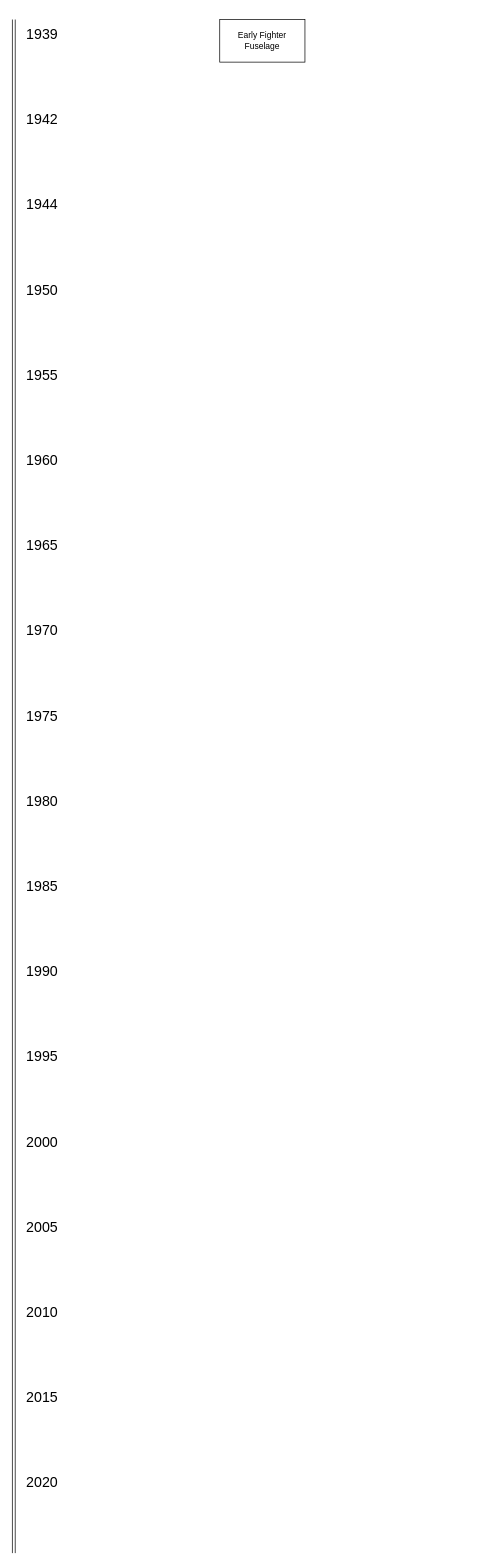
Earlier version of the draw.io diagram CWIC Backup/Polarace/Air_Designer.drawio (swf541/ColdWarIronCurtain). Source tidied: cells renumbered, new cells numbered last; positions are measured from the earlier drawing's top-left corner, leaving out a move shared by most shapes. Both pictures are drawn from the tidied source at 71%, with x=0, y=0 at pixel (13, 19).
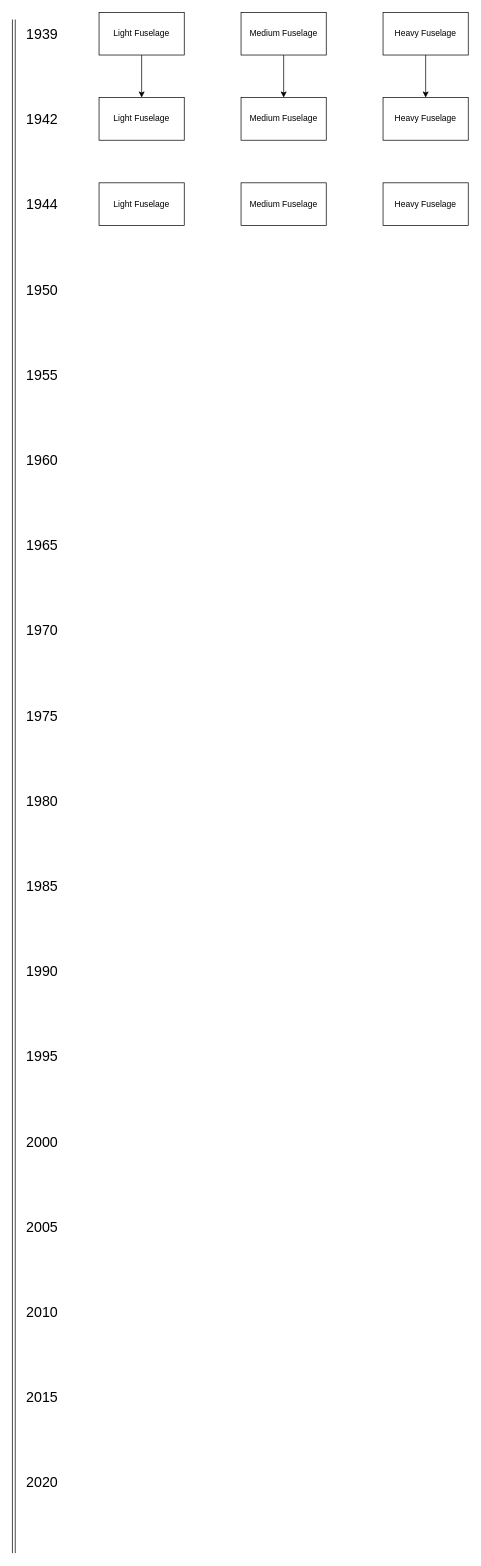
After the change.

What changed in the source:
```diff
@@
+    <mxCell id="22" style="edgeStyle=orthogonalEdgeStyle;rounded=0;jettySize=auto;html=1;" parent="1" edge="1" source="2" target="29">
+      <mxGeometry relative="1" as="geometry" />
+    </mxCell>
-    <mxCell id="2" value="&lt;div&gt;Early Fighter Fuselage&lt;/div&gt;" style="rounded=0;whiteSpace=wrap;html=1;fontSize=12;" parent="1" vertex="1">
-      <mxGeometry x="290" width="120" height="60" as="geometry" />
+    <mxCell id="2" value="&lt;div&gt;Light Fuselage&lt;/div&gt;" style="rounded=0;whiteSpace=wrap;html=1;fontSize=12;" parent="1" vertex="1">
+      <mxGeometry x="120" y="-10" width="120" height="60" as="geometry" />
     </mxCell>
@@
+    <mxCell id="23" style="edgeStyle=orthogonalEdgeStyle;rounded=0;jettySize=auto;html=1;" parent="1" edge="1" source="24" target="28">
+      <mxGeometry relative="1" as="geometry" />
+    </mxCell>
+    <mxCell id="24" value="&lt;div&gt;Medium Fuselage&lt;/div&gt;" style="rounded=0;whiteSpace=wrap;html=1;fontSize=12;" parent="1" vertex="1">
+      <mxGeometry x="320" y="-10" width="120" height="60" as="geometry" />
+    </mxCell>
+    <mxCell id="25" style="edgeStyle=orthogonalEdgeStyle;rounded=0;jettySize=auto;html=1;" parent="1" edge="1" source="26" target="27">
+      <mxGeometry relative="1" as="geometry" />
+    </mxCell>
+    <mxCell id="26" value="&lt;div&gt;Heavy Fuselage&lt;/div&gt;" style="rounded=0;whiteSpace=wrap;html=1;fontSize=12;" parent="1" vertex="1">
+      <mxGeometry x="520" y="-10" width="120" height="60" as="geometry" />
+    </mxCell>
+    <mxCell id="27" value="&lt;div&gt;Heavy Fuselage&lt;/div&gt;" style="rounded=0;whiteSpace=wrap;html=1;fontSize=12;" parent="1" vertex="1">
+      <mxGeometry x="520" y="110" width="120" height="60" as="geometry" />
+    </mxCell>
+    <mxCell id="28" value="&lt;div&gt;Medium Fuselage&lt;/div&gt;" style="rounded=0;whiteSpace=wrap;html=1;fontSize=12;" parent="1" vertex="1">
+      <mxGeometry x="320" y="110" width="120" height="60" as="geometry" />
+    </mxCell>
+    <mxCell id="29" value="&lt;div&gt;Light Fuselage&lt;/div&gt;" style="rounded=0;whiteSpace=wrap;html=1;fontSize=12;" parent="1" vertex="1">
+      <mxGeometry x="120" y="110" width="120" height="60" as="geometry" />
+    </mxCell>
+    <mxCell id="30" value="&lt;div&gt;Heavy Fuselage&lt;/div&gt;" style="rounded=0;whiteSpace=wrap;html=1;fontSize=12;" parent="1" vertex="1">
+      <mxGeometry x="520" y="230" width="120" height="60" as="geometry" />
+    </mxCell>
+    <mxCell id="31" value="&lt;div&gt;Medium Fuselage&lt;/div&gt;" style="rounded=0;whiteSpace=wrap;html=1;fontSize=12;" parent="1" vertex="1">
+      <mxGeometry x="320" y="230" width="120" height="60" as="geometry" />
+    </mxCell>
+    <mxCell id="32" value="&lt;div&gt;Light Fuselage&lt;/div&gt;" style="rounded=0;whiteSpace=wrap;html=1;fontSize=12;" parent="1" vertex="1">
+      <mxGeometry x="120" y="230" width="120" height="60" as="geometry" />
+    </mxCell>
```
